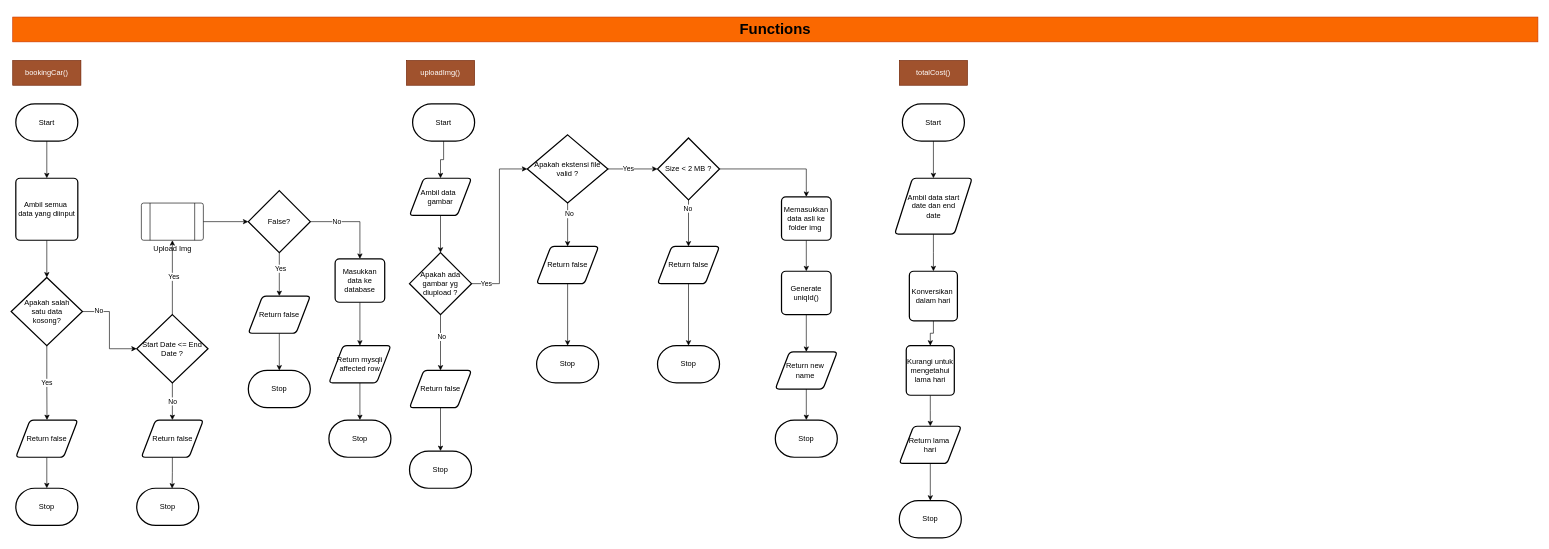
Above: page "functions" (2 of 2) of Algorithm Booking-System.drawio in Farhan-Nawwafal/flowcharts-algorithm (draw.io), before the change. Source tidied: cells renumbered, new cells numbered last; positions are measured from the earlier drawing's top-left corner, leaving out a move shared by most shapes. Both pictures are drawn from the tidied source at 62%, with x=0, y=0 at pixel (11, 17).
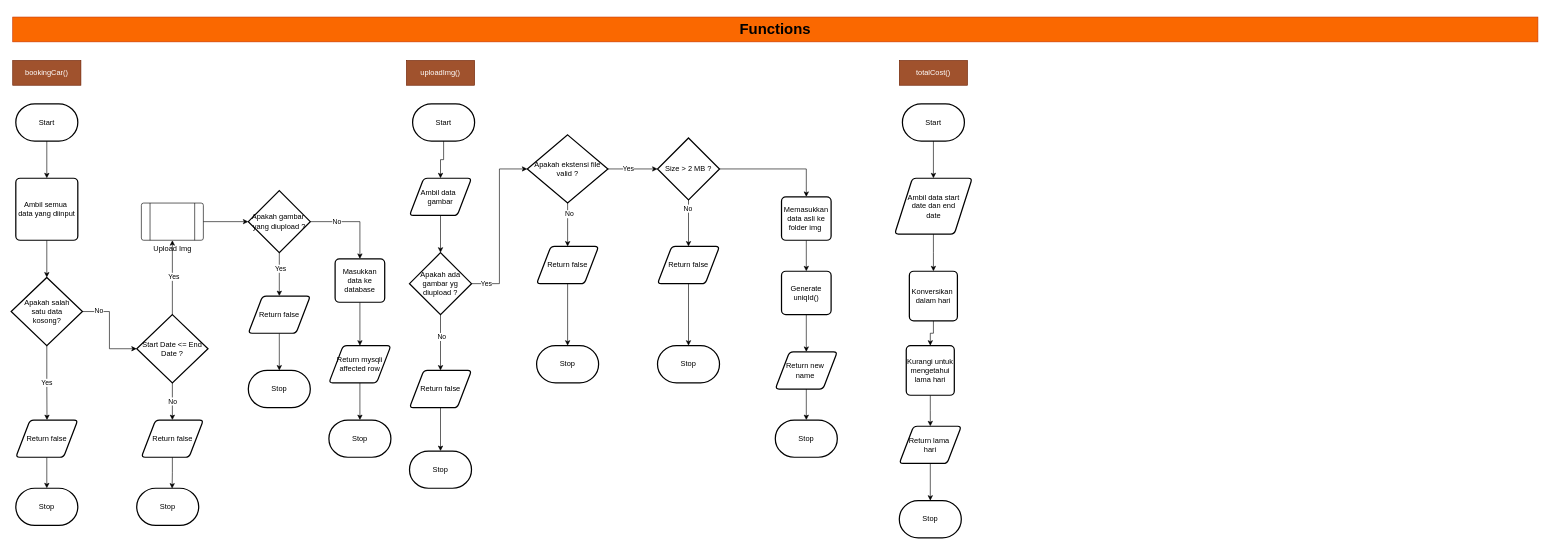
Above is the later version.

Change to the diagram source:
```diff
@@
-    <mxCell id="43" value="Size &amp;lt; 2 MB ?" style="strokeWidth=2;html=1;shape=mxgraph.flowchart.decision;whiteSpace=wrap;" parent="1" vertex="1">
+    <mxCell id="43" value="Size &amp;gt; 2 MB ?" style="strokeWidth=2;html=1;shape=mxgraph.flowchart.decision;whiteSpace=wrap;" parent="1" vertex="1">
       <mxGeometry x="1042" y="195" width="100" height="100" as="geometry" />
     </mxCell>
@@
-    <mxCell id="55" value="False?" style="strokeWidth=2;html=1;shape=mxgraph.flowchart.decision;whiteSpace=wrap;" parent="1" vertex="1">
+    <mxCell id="55" value="Apakah gambar&amp;nbsp;&lt;div&gt;yang diupload ?&lt;/div&gt;" style="strokeWidth=2;html=1;shape=mxgraph.flowchart.decision;whiteSpace=wrap;" parent="1" vertex="1">
       <mxGeometry x="382" y="280" width="100" height="100" as="geometry" />
     </mxCell>
```
